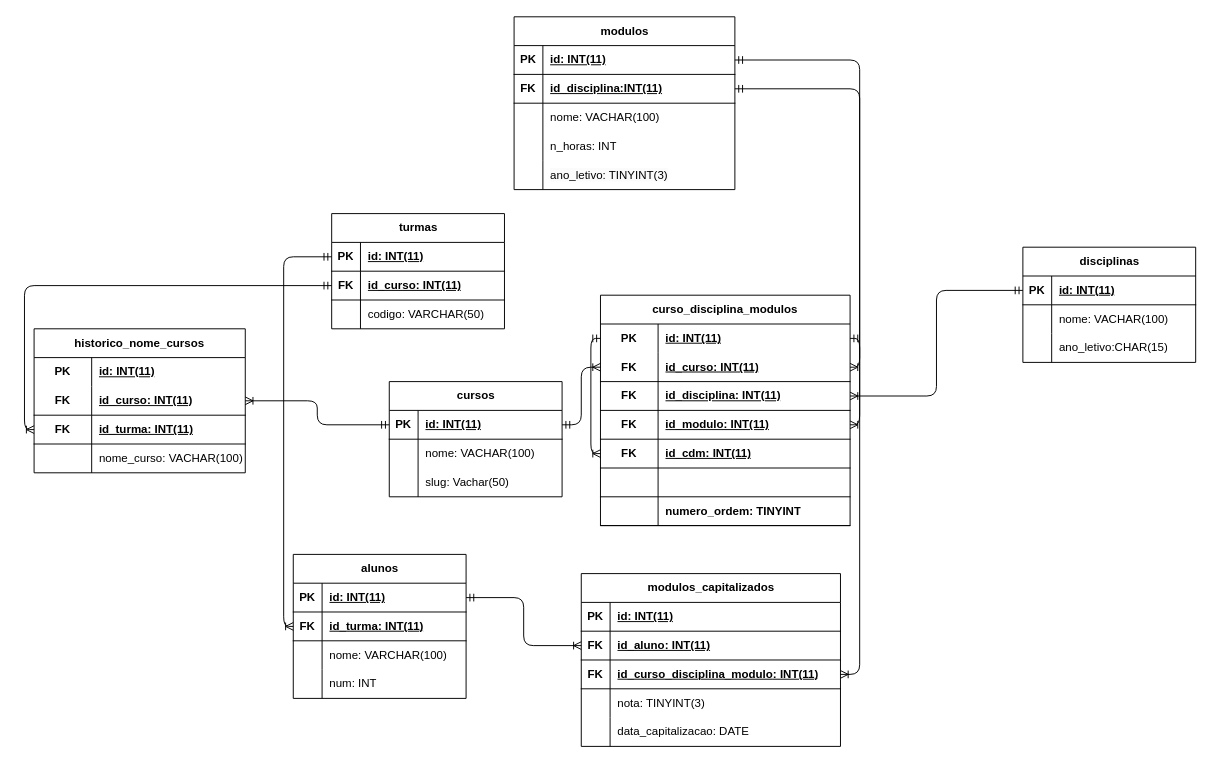
Above: Gestor-de-Modulos/gdm_modelo_er.drawio in Henrique-Morais1/Mod15-trabalho_final (draw.io), before the change. Source tidied: cells renumbered, new cells numbered last; positions are measured from the earlier drawing's top-left corner, leaving out a move shared by most shapes. Both pictures are drawn from the tidied source at 96%, with x=0, y=0 at pixel (34, 16).
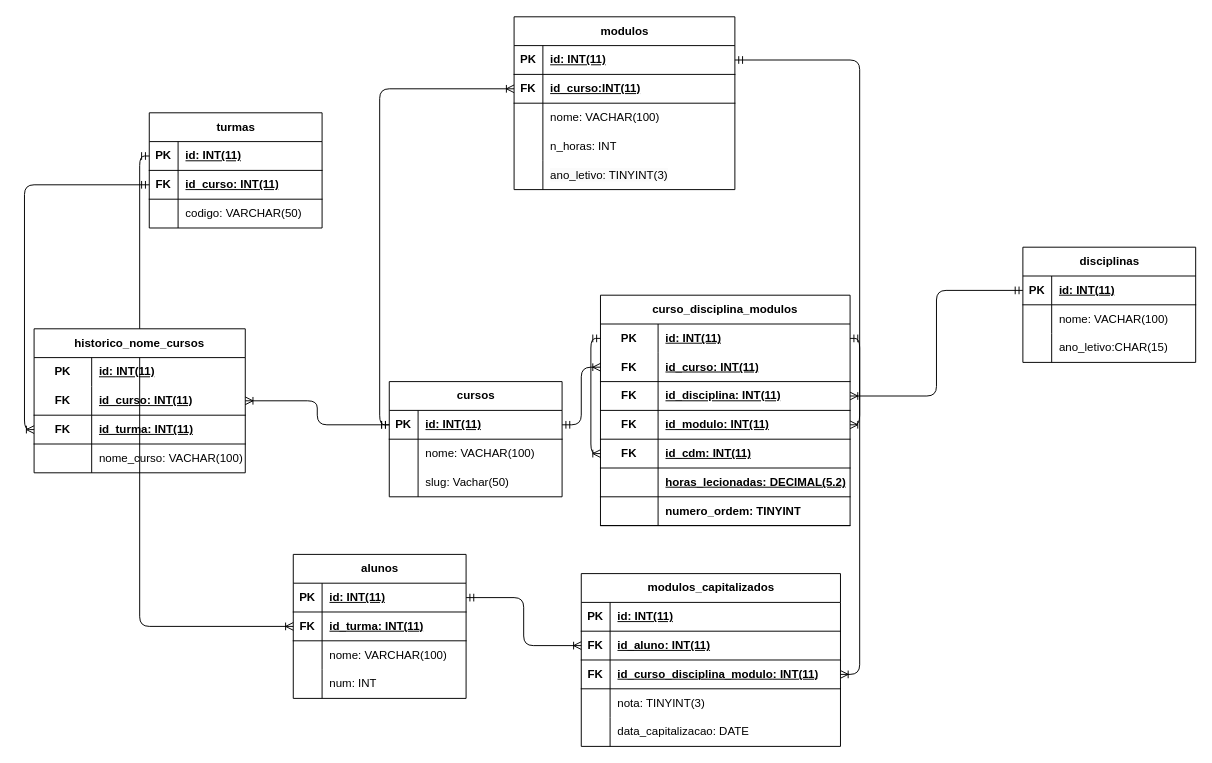
After the change.

Unchanged cells that the change refers to:
```xml
<mxCell id="3" style="shape=tableRow;horizontal=0;startSize=0;swimlaneHead=0;swimlaneBody=0;fillColor=none;points=[[0,0.5],[1,0.5]];portConstraint=eastwest;top=0;left=0;right=0;bottom=1;" parent="2" vertex="1">
  <mxGeometry y="30" width="180" height="30" as="geometry" />
</mxCell>
<mxCell id="33" style="shape=tableRow;horizontal=0;startSize=0;swimlaneHead=0;swimlaneBody=0;fillColor=none;points=[[0,0.5],[1,0.5]];portConstraint=eastwest;top=0;left=0;right=0;bottom=1;" parent="32" vertex="1">
  <mxGeometry y="30" width="230" height="30" as="geometry" />
</mxCell>
<mxCell id="36" style="shape=tableRow;horizontal=0;startSize=0;swimlaneHead=0;swimlaneBody=0;fillColor=none;points=[[0,0.5],[1,0.5]];portConstraint=eastwest;top=0;left=0;right=0;bottom=1;" parent="32" vertex="1">
  <mxGeometry y="60" width="230" height="30" as="geometry" />
</mxCell>
<mxCell id="84" style="shape=tableRow;horizontal=0;startSize=0;swimlaneHead=0;swimlaneBody=0;fillColor=none;points=[[0,0.5],[1,0.5]];portConstraint=eastwest;top=0;left=0;right=0;bottom=1;html=1;" parent="80" vertex="1">
  <mxGeometry y="60" width="260" height="30" as="geometry" />
</mxCell>
<mxCell id="90" style="shape=tableRow;horizontal=0;startSize=0;swimlaneHead=0;swimlaneBody=0;fillColor=none;points=[[0,0.5],[1,0.5]];portConstraint=eastwest;top=0;left=0;right=0;bottom=1;html=1;" parent="80" vertex="1">
  <mxGeometry y="120" width="260" height="30" as="geometry" />
</mxCell>
<mxCell id="96" style="shape=tableRow;horizontal=0;startSize=0;swimlaneHead=0;swimlaneBody=0;fillColor=none;top=0;left=0;right=0;bottom=1;html=1;" parent="80" vertex="1">
  <mxGeometry y="180" width="260" height="30" as="geometry" />
</mxCell>
```

What changed in the source:
```diff
@@
     <mxCell id="22" value="turmas" style="shape=table;startSize=30;childLayout=tableLayout;rowLines=0;fontStyle=1;align=center;html=1;" parent="1" vertex="1">
-      <mxGeometry x="310" y="205" width="180" height="120" as="geometry" />
+      <mxGeometry x="120" y="100" width="180" height="120" as="geometry" />
     </mxCell>
@@
-    <mxCell id="38" value="id_disciplina:INT(11)" style="shape=partialRectangle;fillColor=none;top=0;left=0;bottom=0;right=0;align=left;spacingLeft=6;fontStyle=5;overflow=hidden;whiteSpace=wrap;html=1;" parent="36" vertex="1">
+    <mxCell id="38" value="id_curso:INT(11)" style="shape=partialRectangle;fillColor=none;top=0;left=0;bottom=0;right=0;align=left;spacingLeft=6;fontStyle=5;overflow=hidden;whiteSpace=wrap;html=1;" parent="36" vertex="1">
       <mxGeometry x="30" width="200" height="30" as="geometry" />
     </mxCell>
@@
-    <mxCell id="98" value="&lt;div&gt;&lt;br&gt;&lt;/div&gt;" style="shape=partialRectangle;fillColor=none;top=0;left=0;bottom=0;right=0;align=left;spacingLeft=6;fontStyle=5;overflow=hidden;html=1;whiteSpace=wrap;" parent="96" vertex="1">
+    <mxCell id="98" value="horas_lecionadas: DECIMAL(5.2)" style="shape=partialRectangle;fillColor=none;top=0;left=0;bottom=0;right=0;align=left;spacingLeft=6;fontStyle=5;overflow=hidden;html=1;whiteSpace=wrap;" parent="96" vertex="1">
       <mxGeometry x="60" width="200" height="30" as="geometry" />
     </mxCell>
@@
-    <mxCell id="103" style="edgeStyle=orthogonalEdgeStyle;fontSize=12;html=1;endArrow=ERoneToMany;startArrow=ERmandOne;exitX=1;exitY=0.5;exitDx=0;exitDy=0;entryX=1;entryY=0.5;entryDx=0;entryDy=0;" parent="1" edge="1" source="33" target="84">
+    <mxCell id="103" style="edgeStyle=orthogonalEdgeStyle;fontSize=12;html=1;endArrow=ERoneToMany;startArrow=ERmandOne;exitX=1;exitY=0.5;exitDx=0;exitDy=0;entryX=1;entryY=0.5;entryDx=0;entryDy=0;" parent="1" edge="1" source="33" target="90">
       <mxGeometry relative="1" as="geometry" />
     </mxCell>
@@
-    <mxCell id="105" style="edgeStyle=orthogonalEdgeStyle;fontSize=12;html=1;endArrow=ERoneToMany;startArrow=ERmandOne;entryX=1;entryY=0.5;entryDx=0;entryDy=0;exitX=1;exitY=0.5;exitDx=0;exitDy=0;" parent="1" edge="1" source="36" target="90">
-      <mxGeometry relative="1" as="geometry" />
-    </mxCell>
@@
+    <mxCell id="122" style="edgeStyle=orthogonalEdgeStyle;fontSize=12;html=1;endArrow=ERoneToMany;startArrow=ERmandOne;exitX=0;exitY=0.5;exitDx=0;exitDy=0;entryX=0;entryY=0.5;entryDx=0;entryDy=0;" parent="1" edge="1" source="3" target="36">
+      <mxGeometry relative="1" as="geometry" />
+    </mxCell>
```
